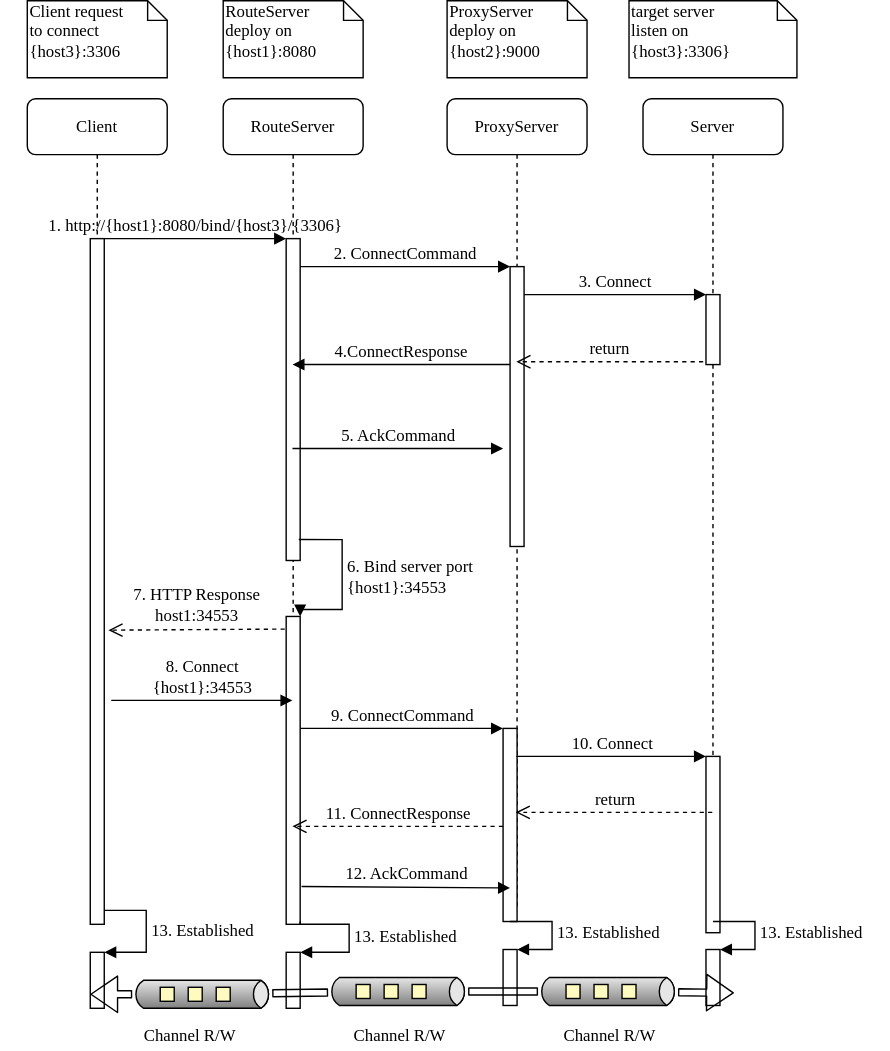
This is doc/img/oh-router.svg from ZzzCrazyPig/oh-router, a draw.io export, as it was before one commit. Source tidied: cells renumbered, new cells last; positions are measured from the earlier drawing's top-left corner, leaving out a move shared by most shapes.
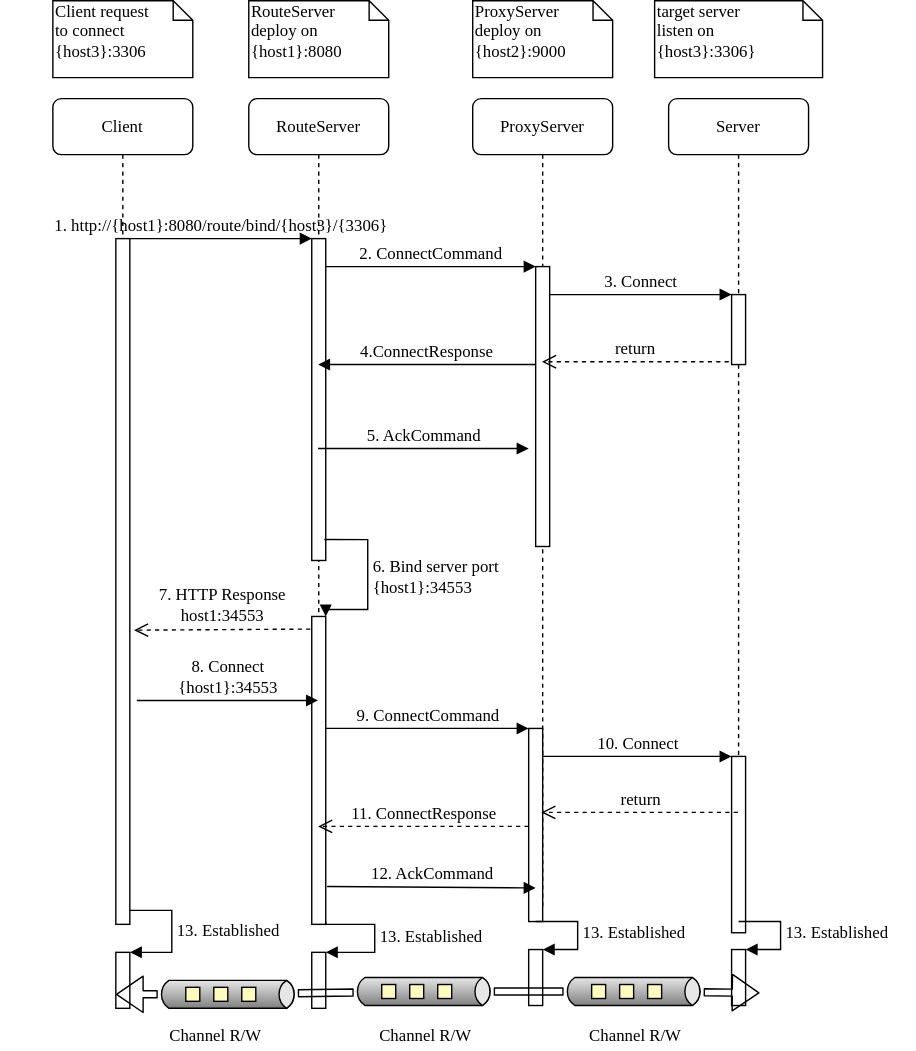
Above is the later version.

Change to the diagram source:
```diff
@@ -33,7 +33,7 @@
         </Array>
       </mxGeometry>
     </mxCell>
-    <mxCell id="11" value="1. http://{host1}:8080/bind/{host3}/{3306}" style="html=1;verticalAlign=bottom;endArrow=block;entryX=0;entryY=0;labelBackgroundColor=none;fontFamily=Verdana;fontSize=12;edgeStyle=elbowEdgeStyle;elbow=vertical;" parent="1" edge="1" source="8" target="3">
+    <mxCell id="11" value="1. http://{host1}:8080/route/bind/{host3}/{3306}" style="html=1;verticalAlign=bottom;endArrow=block;entryX=0;entryY=0;labelBackgroundColor=none;fontFamily=Verdana;fontSize=12;edgeStyle=elbowEdgeStyle;elbow=vertical;" parent="1" edge="1" source="8" target="3">
       <mxGeometry relative="1" as="geometry" />
     </mxCell>
     <mxCell id="12" value="2. ConnectCommand" style="html=1;verticalAlign=bottom;endArrow=block;entryX=0;entryY=0;labelBackgroundColor=none;fontFamily=Verdana;fontSize=12;edgeStyle=elbowEdgeStyle;elbow=vertical;" parent="1" edge="1" source="3" target="5">
```
